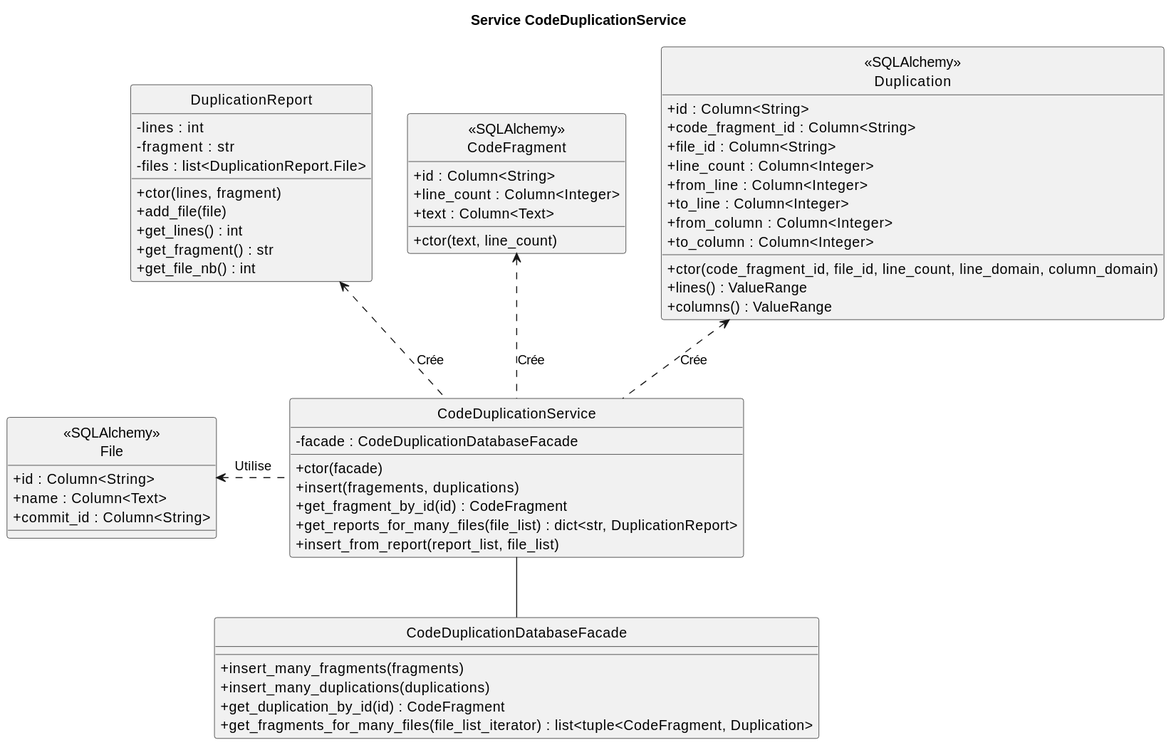
Above: doc/wiki/puml/duplication_service.svg in CAMaji/technical_debts (PlantUML), before the change. Source of this version:
```plantuml
@startuml
hide circle
skinparam classAttributeIconSize 0
title Service CodeDuplicationService

class "<<SQLAlchemy>>\nCodeFragment" as CodeFragment {
    + id : Column<String>
    + line_count : Column<Integer>
    + text : Column<Text>
    + ctor(text, line_count)
}

class "<<SQLAlchemy>>\nDuplication" as Duplication {
    + id : Column<String>
    + code_fragment_id : Column<String>
    + file_id : Column<String>
    + line_count : Column<Integer>
    + from_line : Column<Integer>
    + to_line : Column<Integer>
    + from_column : Column<Integer>
    + to_column : Column<Integer>
    + ctor(code_fragment_id, file_id, line_count, line_domain, column_domain)
    + lines() : ValueRange
    + columns() : ValueRange
}

class CodeDuplicationService {
    - facade : CodeDuplicationDatabaseFacade
    + ctor(facade)
    + insert(fragements, duplications)
    + get_fragment_by_id(id) : CodeFragment
    + get_reports_for_many_files(file_list) : dict<str, DuplicationReport>
    + insert_from_report(report_list, file_list)
}

class CodeDuplicationDatabaseFacade {
    + insert_many_fragments(fragments)
    + insert_many_duplications(duplications)
    + get_duplication_by_id(id) : CodeFragment
    + get_fragments_for_many_files(file_list_iterator) : list<tuple<CodeFragment, Duplication>
}

class DuplicationReport {
    - lines : int
    - fragment : str
    - files : list<DuplicationReport.File>
    + ctor(lines, fragment)
    + add_file(file)
    + get_lines() : int
    + get_fragment() : str
    + get_file_nb() : int
}

class "<<SQLAlchemy>>\nFile" as File {
    + id : Column<String>
    + name : Column<Text>
    + commit_id : Column<String>
}

CodeDuplicationService -down- CodeDuplicationDatabaseFacade
CodeDuplicationService .left.> File : "Utilise"
CodeDuplicationService .up.> Duplication : "Crée"
CodeDuplicationService .up.> CodeFragment : "Crée"
CodeDuplicationService .up.> DuplicationReport : "Crée"
@enduml
```
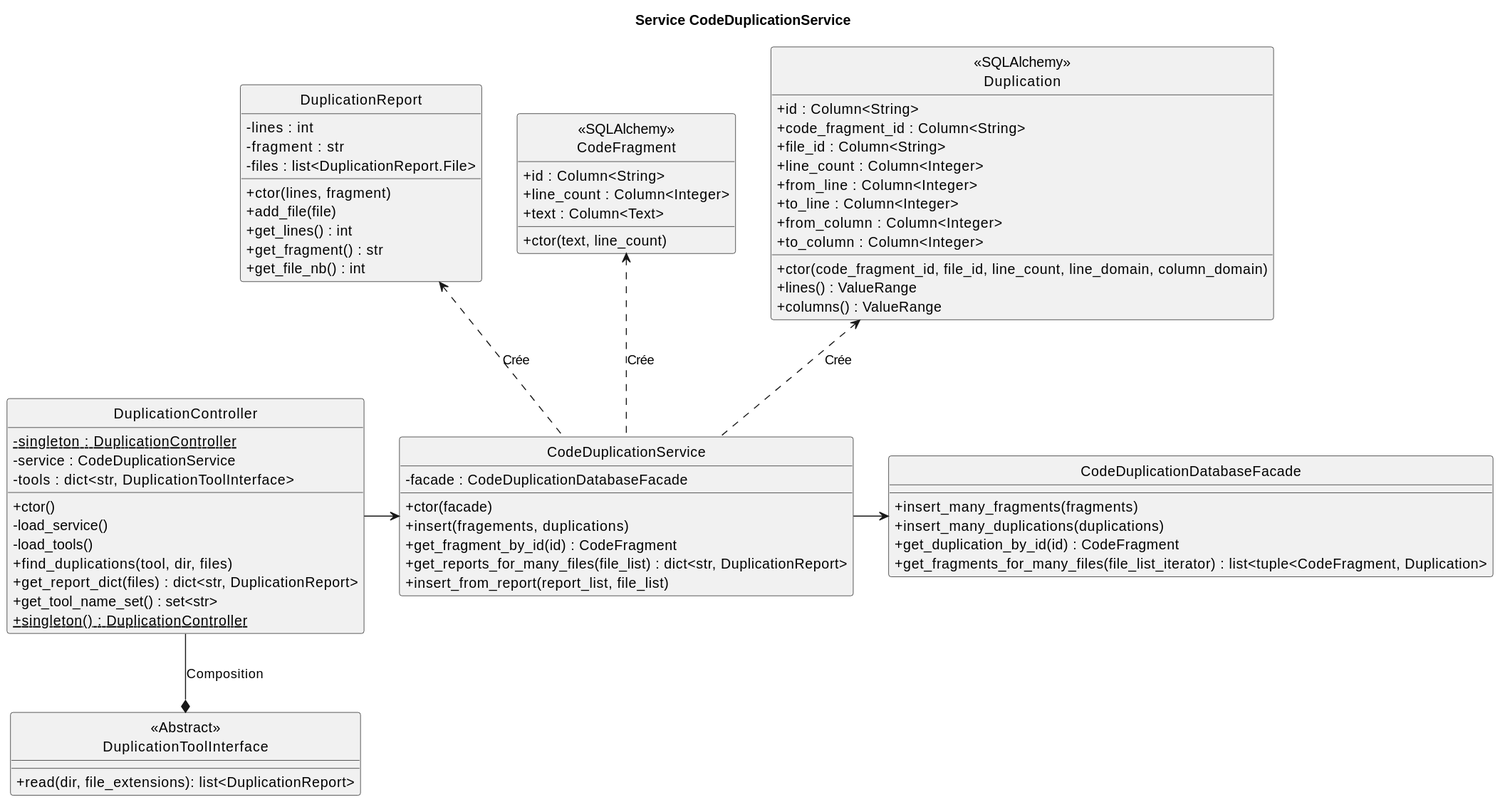
Later version of the same file.

Commit message:
maj doc duplication

Change to the diagram source:
```diff
@@ -51,14 +51,26 @@
     + get_file_nb() : int
 }
 
-class "<<SQLAlchemy>>\nFile" as File {
-    + id : Column<String>
-    + name : Column<Text>
-    + commit_id : Column<String>
+class DuplicationController {
+    - {static} singleton : DuplicationController
+    - service : CodeDuplicationService
+    - tools : dict<str, DuplicationToolInterface>
+    + ctor()
+    - load_service()
+    - load_tools()
+    + find_duplications(tool, dir, files)
+    + get_report_dict(files) : dict<str, DuplicationReport>
+    + get_tool_name_set() : set<str>
+    + {static} singleton() : DuplicationController
 }
 
-CodeDuplicationService -down- CodeDuplicationDatabaseFacade
-CodeDuplicationService .left.> File : "Utilise"
+class "<<Abstract>>\nDuplicationToolInterface" as DuplicationToolInterface {
+    + read(dir, file_extensions): list<DuplicationReport>
+}
+
+DuplicationController -right-> CodeDuplicationService
+DuplicationController -down-* DuplicationToolInterface : "Composition"
+CodeDuplicationService -right-> CodeDuplicationDatabaseFacade
 CodeDuplicationService .up.> Duplication : "Crée"
 CodeDuplicationService .up.> CodeFragment : "Crée"
 CodeDuplicationService .up.> DuplicationReport : "Crée"
```
